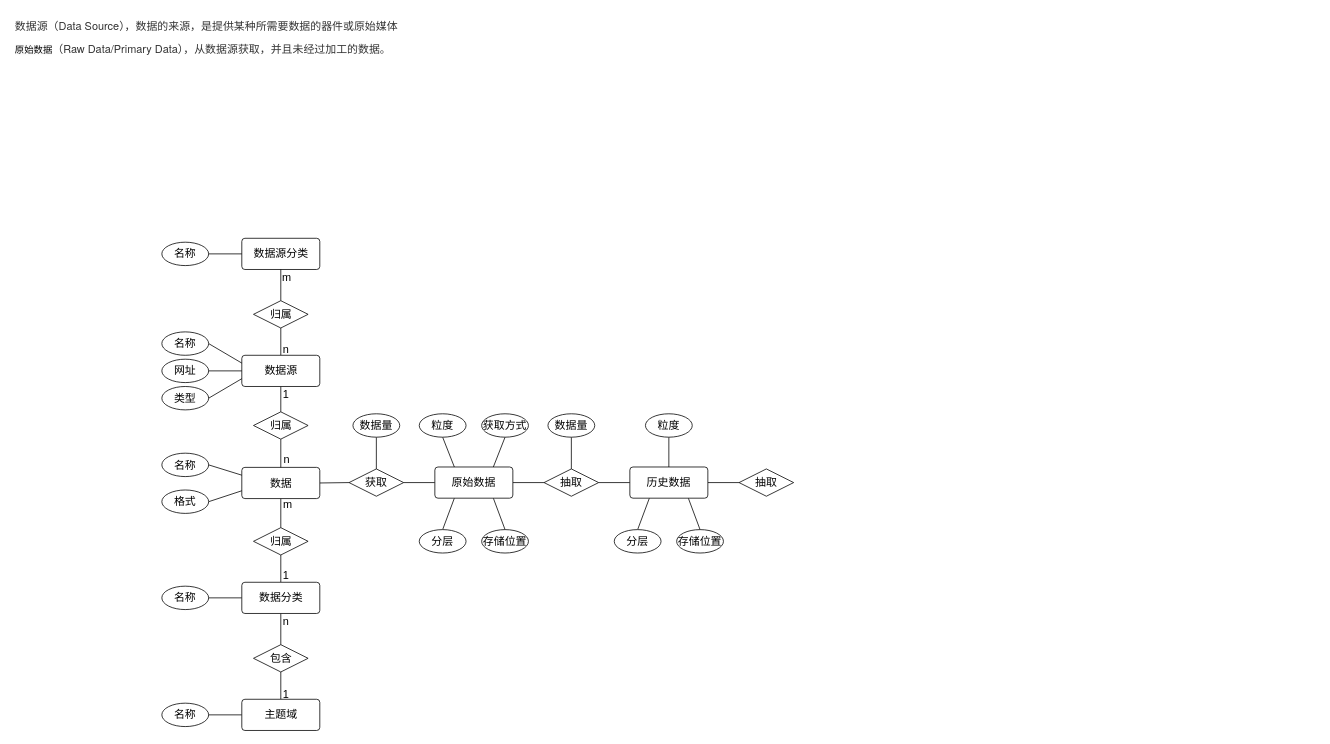
Earlier version of the draw.io diagram 数据源模型.drawio (wangzijia122/drawio_repository). Source tidied: cells renumbered, new cells numbered last; positions are measured from the earlier drawing's top-left corner, leaving out a move shared by most shapes. Both pictures are drawn from the tidied source at 78%, with x=0, y=0 at pixel (13, 13).
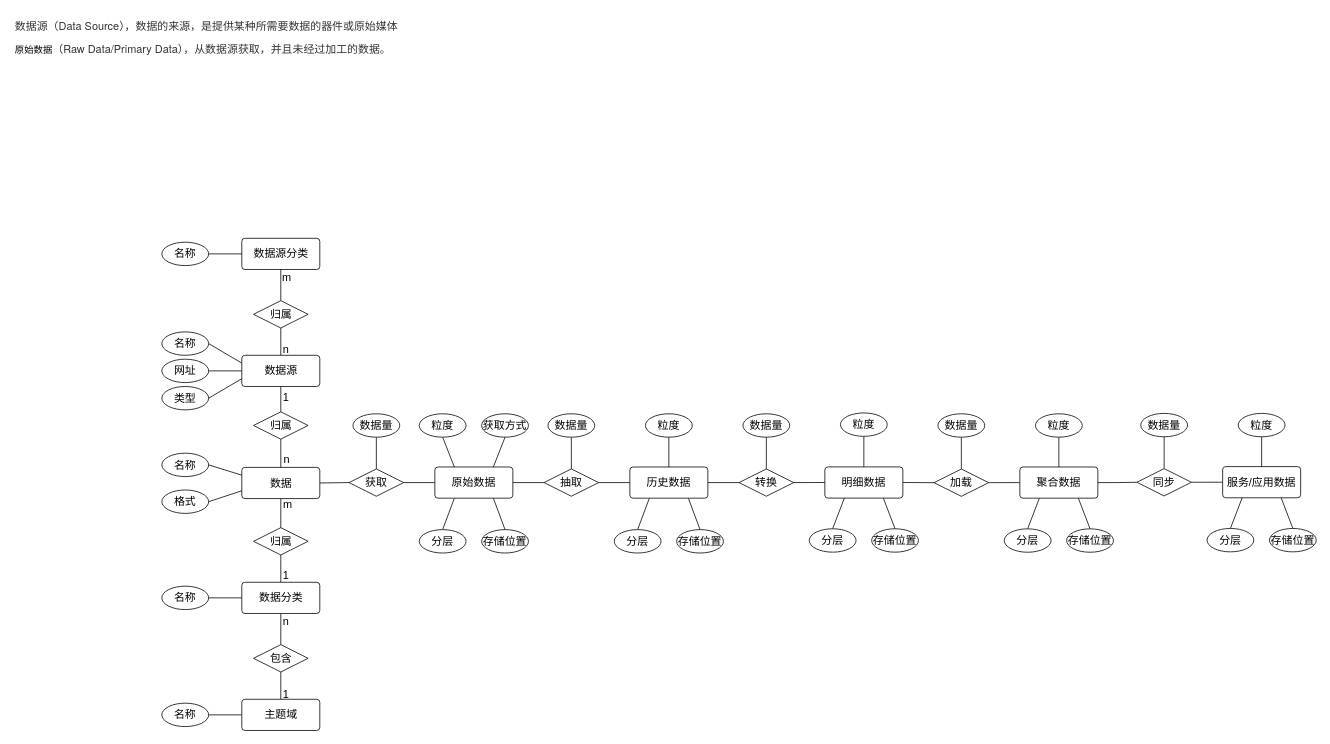
The same page after the edit.

Commit message (it also covers changes not shown here):
更新数据源模型.drawio

Unchanged cells that the change refers to:
```xml
<mxCell id="16" style="rounded=0;jettySize=auto;html=1;exitX=0.5;exitY=1;exitDx=0;exitDy=0;entryX=0.5;entryY=0;entryDx=0;entryDy=0;endArrow=none;endFill=0;fontSize=14;" parent="1" edge="1" source="20" target="15">
  <mxGeometry relative="1" as="geometry" />
</mxCell>
<mxCell id="62" value="抽取" style="shape=rhombus;perimeter=rhombusPerimeter;whiteSpace=wrap;html=1;align=center;fontSize=14;" parent="1" vertex="1">
  <mxGeometry x="680" y="583.7" width="70" height="35" as="geometry" />
</mxCell>
<mxCell id="66" value="历史数据" style="rounded=1;arcSize=10;whiteSpace=wrap;html=1;align=center;fontSize=14;" parent="1" vertex="1">
  <mxGeometry x="790" y="581.2" width="100" height="40" as="geometry" />
</mxCell>
<mxCell id="67" value="数据量" style="ellipse;whiteSpace=wrap;html=1;align=center;fontSize=14;" parent="1" vertex="1">
  <mxGeometry x="685" y="513" width="60" height="30" as="geometry" />
</mxCell>
<mxCell id="71" value="粒度" style="ellipse;whiteSpace=wrap;html=1;align=center;fontSize=14;" parent="1" vertex="1">
  <mxGeometry x="810" y="513" width="60" height="30" as="geometry" />
</mxCell>
```

The edit, as a diff of the source:
```diff
@@
     <mxCell id="17" value="1" style="edgeLabel;html=1;align=center;verticalAlign=middle;fontSize=14;" parent="16" vertex="1">
       <mxGeometry x="-0.71" y="1" relative="1" as="geometry">
-        <mxPoint x="5" y="4" as="offset" />
+        <mxPoint x="5" y="8" as="offset" />
       </mxGeometry>
     </mxCell>
@@
-    <mxCell id="61" style="edgeStyle=orthogonalEdgeStyle;rounded=0;jettySize=auto;html=1;exitX=0.5;exitY=0;exitDx=0;exitDy=0;entryX=0.5;entryY=1;entryDx=0;entryDy=0;endArrow=none;endFill=0;" parent="1" edge="1" source="62" target="67">
+    <mxCell id="61" style="rounded=0;jettySize=auto;html=1;exitX=0.5;exitY=0;exitDx=0;exitDy=0;entryX=0.5;entryY=1;entryDx=0;entryDy=0;endArrow=none;endFill=0;" parent="1" edge="1" source="62" target="67">
       <mxGeometry relative="1" as="geometry" />
     </mxCell>
@@
-    <mxCell id="70" style="edgeStyle=orthogonalEdgeStyle;rounded=0;jettySize=auto;html=1;exitX=0.5;exitY=1;exitDx=0;exitDy=0;entryX=0.5;entryY=0;entryDx=0;entryDy=0;endArrow=none;endFill=0;" parent="1" edge="1" source="71" target="66">
+    <mxCell id="70" style="rounded=0;jettySize=auto;html=1;exitX=0.5;exitY=1;exitDx=0;exitDy=0;entryX=0.5;entryY=0;entryDx=0;entryDy=0;endArrow=none;endFill=0;" parent="1" edge="1" source="71" target="66">
       <mxGeometry relative="1" as="geometry" />
     </mxCell>
@@
+    <mxCell id="73" style="rounded=0;jettySize=auto;html=1;exitX=1;exitY=0.5;exitDx=0;exitDy=0;entryX=0;entryY=0.5;entryDx=0;entryDy=0;endArrow=none;endFill=0;" parent="1" edge="1" source="72" target="78">
+      <mxGeometry relative="1" as="geometry" />
+    </mxCell>
+    <mxCell id="74" style="rounded=0;jettySize=auto;html=1;exitX=0.5;exitY=0;exitDx=0;exitDy=0;entryX=0.5;entryY=1;entryDx=0;entryDy=0;endArrow=none;endFill=0;" parent="1" edge="1" source="72" target="83">
+      <mxGeometry relative="1" as="geometry" />
+    </mxCell>
-    <mxCell id="72" value="抽取" style="shape=rhombus;perimeter=rhombusPerimeter;whiteSpace=wrap;html=1;align=center;fontSize=14;" parent="1" vertex="1">
+    <mxCell id="72" value="转换" style="shape=rhombus;perimeter=rhombusPerimeter;whiteSpace=wrap;html=1;align=center;fontSize=14;" parent="1" vertex="1">
       <mxGeometry x="930" y="583.7" width="70" height="35" as="geometry" />
     </mxCell>
+    <mxCell id="75" style="rounded=0;jettySize=auto;html=1;exitX=0.25;exitY=1;exitDx=0;exitDy=0;entryX=0.5;entryY=0;entryDx=0;entryDy=0;endArrow=none;endFill=0;" parent="1" edge="1" source="78" target="79">
+      <mxGeometry relative="1" as="geometry" />
+    </mxCell>
+    <mxCell id="76" style="rounded=0;jettySize=auto;html=1;exitX=0.75;exitY=1;exitDx=0;exitDy=0;entryX=0.5;entryY=0;entryDx=0;entryDy=0;endArrow=none;endFill=0;" parent="1" edge="1" source="78" target="80">
+      <mxGeometry relative="1" as="geometry" />
+    </mxCell>
+    <mxCell id="77" style="rounded=0;jettySize=auto;html=1;exitX=1;exitY=0.5;exitDx=0;exitDy=0;entryX=0;entryY=0.5;entryDx=0;entryDy=0;endArrow=none;endFill=0;" parent="1" edge="1" source="78" target="86">
+      <mxGeometry relative="1" as="geometry" />
+    </mxCell>
+    <mxCell id="78" value="明细数据" style="rounded=1;arcSize=10;whiteSpace=wrap;html=1;align=center;fontSize=14;" parent="1" vertex="1">
+      <mxGeometry x="1040" y="581.1" width="100" height="40" as="geometry" />
+    </mxCell>
+    <mxCell id="79" value="分层" style="ellipse;whiteSpace=wrap;html=1;align=center;fontSize=14;" parent="1" vertex="1">
+      <mxGeometry x="1020" y="660.4" width="60" height="30" as="geometry" />
+    </mxCell>
+    <mxCell id="80" value="存储位置" style="ellipse;whiteSpace=wrap;html=1;align=center;fontSize=14;" parent="1" vertex="1">
+      <mxGeometry x="1100" y="660.4" width="60" height="30" as="geometry" />
+    </mxCell>
+    <mxCell id="81" style="rounded=0;jettySize=auto;html=1;exitX=0.5;exitY=1;exitDx=0;exitDy=0;entryX=0.5;entryY=0;entryDx=0;entryDy=0;endArrow=none;endFill=0;" parent="1" edge="1" source="82" target="78">
+      <mxGeometry relative="1" as="geometry" />
+    </mxCell>
+    <mxCell id="82" value="粒度" style="ellipse;whiteSpace=wrap;html=1;align=center;fontSize=14;" parent="1" vertex="1">
+      <mxGeometry x="1060" y="511.9" width="60" height="30" as="geometry" />
+    </mxCell>
+    <mxCell id="83" value="数据量" style="ellipse;whiteSpace=wrap;html=1;align=center;fontSize=14;" parent="1" vertex="1">
+      <mxGeometry x="935" y="513" width="60" height="30" as="geometry" />
+    </mxCell>
+    <mxCell id="84" style="rounded=0;jettySize=auto;html=1;exitX=1;exitY=0.5;exitDx=0;exitDy=0;entryX=0;entryY=0.5;entryDx=0;entryDy=0;endArrow=none;endFill=0;" parent="1" edge="1" source="86" target="90">
+      <mxGeometry relative="1" as="geometry" />
+    </mxCell>
+    <mxCell id="85" style="rounded=0;jettySize=auto;html=1;exitX=0.5;exitY=0;exitDx=0;exitDy=0;entryX=0.5;entryY=1;entryDx=0;entryDy=0;endArrow=none;endFill=0;" parent="1" edge="1" source="86" target="95">
+      <mxGeometry relative="1" as="geometry" />
+    </mxCell>
+    <mxCell id="86" value="加载" style="shape=rhombus;perimeter=rhombusPerimeter;whiteSpace=wrap;html=1;align=center;fontSize=14;" parent="1" vertex="1">
+      <mxGeometry x="1180" y="583.8" width="70" height="35" as="geometry" />
+    </mxCell>
+    <mxCell id="87" style="rounded=0;jettySize=auto;html=1;exitX=0.25;exitY=1;exitDx=0;exitDy=0;entryX=0.5;entryY=0;entryDx=0;entryDy=0;endArrow=none;endFill=0;" parent="1" edge="1" source="90" target="91">
+      <mxGeometry relative="1" as="geometry" />
+    </mxCell>
+    <mxCell id="88" style="rounded=0;jettySize=auto;html=1;exitX=0.75;exitY=1;exitDx=0;exitDy=0;entryX=0.5;entryY=0;entryDx=0;entryDy=0;endArrow=none;endFill=0;" parent="1" edge="1" source="90" target="92">
+      <mxGeometry relative="1" as="geometry" />
+    </mxCell>
+    <mxCell id="89" style="edgeStyle=orthogonalEdgeStyle;rounded=0;jettySize=auto;html=1;exitX=1;exitY=0.5;exitDx=0;exitDy=0;entryX=0;entryY=0.5;entryDx=0;entryDy=0;endArrow=none;endFill=0;" parent="1" edge="1" source="90" target="98">
+      <mxGeometry relative="1" as="geometry" />
+    </mxCell>
+    <mxCell id="90" value="聚合数据" style="rounded=1;arcSize=10;whiteSpace=wrap;html=1;align=center;fontSize=14;" parent="1" vertex="1">
+      <mxGeometry x="1290" y="581.2" width="100" height="40" as="geometry" />
+    </mxCell>
+    <mxCell id="91" value="分层" style="ellipse;whiteSpace=wrap;html=1;align=center;fontSize=14;" parent="1" vertex="1">
+      <mxGeometry x="1270" y="660.5" width="60" height="30" as="geometry" />
+    </mxCell>
+    <mxCell id="92" value="存储位置" style="ellipse;whiteSpace=wrap;html=1;align=center;fontSize=14;" parent="1" vertex="1">
+      <mxGeometry x="1350" y="660.5" width="60" height="30" as="geometry" />
+    </mxCell>
+    <mxCell id="93" style="rounded=0;jettySize=auto;html=1;exitX=0.5;exitY=1;exitDx=0;exitDy=0;entryX=0.5;entryY=0;entryDx=0;entryDy=0;endArrow=none;endFill=0;" parent="1" edge="1" source="94" target="90">
+      <mxGeometry relative="1" as="geometry" />
+    </mxCell>
+    <mxCell id="94" value="粒度" style="ellipse;whiteSpace=wrap;html=1;align=center;fontSize=14;" parent="1" vertex="1">
+      <mxGeometry x="1310" y="513" width="60" height="30" as="geometry" />
+    </mxCell>
+    <mxCell id="95" value="数据量" style="ellipse;whiteSpace=wrap;html=1;align=center;fontSize=14;" parent="1" vertex="1">
+      <mxGeometry x="1185" y="513" width="60" height="30" as="geometry" />
+    </mxCell>
+    <mxCell id="96" style="rounded=0;jettySize=auto;html=1;exitX=1;exitY=0.5;exitDx=0;exitDy=0;entryX=0;entryY=0.5;entryDx=0;entryDy=0;endArrow=none;endFill=0;" parent="1" edge="1" source="98" target="101">
+      <mxGeometry relative="1" as="geometry" />
+    </mxCell>
+    <mxCell id="97" style="rounded=0;jettySize=auto;html=1;exitX=0.5;exitY=0;exitDx=0;exitDy=0;entryX=0.5;entryY=1;entryDx=0;entryDy=0;endArrow=none;endFill=0;" parent="1" edge="1" source="98" target="106">
+      <mxGeometry relative="1" as="geometry" />
+    </mxCell>
+    <mxCell id="98" value="同步" style="shape=rhombus;perimeter=rhombusPerimeter;whiteSpace=wrap;html=1;align=center;fontSize=14;" parent="1" vertex="1">
+      <mxGeometry x="1440" y="583.3" width="70" height="35" as="geometry" />
+    </mxCell>
+    <mxCell id="99" style="rounded=0;jettySize=auto;html=1;exitX=0.25;exitY=1;exitDx=0;exitDy=0;entryX=0.5;entryY=0;entryDx=0;entryDy=0;endArrow=none;endFill=0;" parent="1" edge="1" source="101" target="102">
+      <mxGeometry relative="1" as="geometry" />
+    </mxCell>
+    <mxCell id="100" style="rounded=0;jettySize=auto;html=1;exitX=0.75;exitY=1;exitDx=0;exitDy=0;entryX=0.5;entryY=0;entryDx=0;entryDy=0;endArrow=none;endFill=0;" parent="1" edge="1" source="101" target="103">
+      <mxGeometry relative="1" as="geometry" />
+    </mxCell>
+    <mxCell id="101" value="服务/应用数据" style="rounded=1;arcSize=10;whiteSpace=wrap;html=1;align=center;fontSize=14;" parent="1" vertex="1">
+      <mxGeometry x="1550" y="580.7" width="100" height="40" as="geometry" />
+    </mxCell>
+    <mxCell id="102" value="分层" style="ellipse;whiteSpace=wrap;html=1;align=center;fontSize=14;" parent="1" vertex="1">
+      <mxGeometry x="1530" y="660" width="60" height="30" as="geometry" />
+    </mxCell>
+    <mxCell id="103" value="存储位置" style="ellipse;whiteSpace=wrap;html=1;align=center;fontSize=14;" parent="1" vertex="1">
+      <mxGeometry x="1610" y="660" width="60" height="30" as="geometry" />
+    </mxCell>
+    <mxCell id="104" style="rounded=0;jettySize=auto;html=1;exitX=0.5;exitY=1;exitDx=0;exitDy=0;entryX=0.5;entryY=0;entryDx=0;entryDy=0;endArrow=none;endFill=0;" parent="1" edge="1" source="105" target="101">
+      <mxGeometry relative="1" as="geometry" />
+    </mxCell>
+    <mxCell id="105" value="粒度" style="ellipse;whiteSpace=wrap;html=1;align=center;fontSize=14;" parent="1" vertex="1">
+      <mxGeometry x="1570" y="512.5" width="60" height="30" as="geometry" />
+    </mxCell>
+    <mxCell id="106" value="数据量" style="ellipse;whiteSpace=wrap;html=1;align=center;fontSize=14;" parent="1" vertex="1">
+      <mxGeometry x="1445" y="512.5" width="60" height="30" as="geometry" />
+    </mxCell>
```
